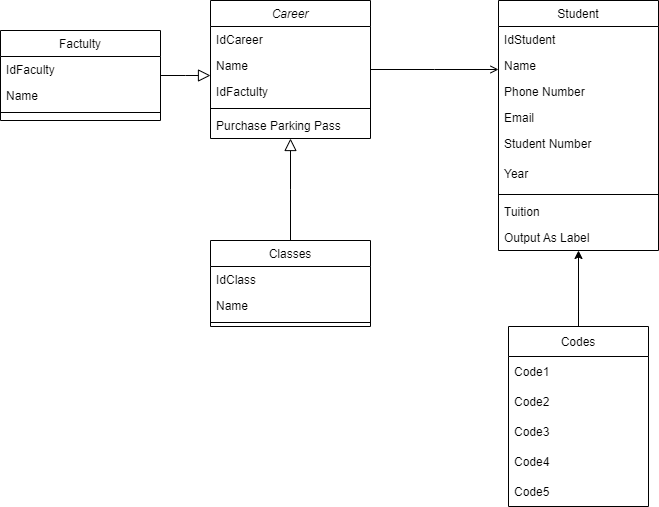
Above: Untitled Diagram.drawio.png in GuilleAlvarado/draw (draw.io), before the change. Source tidied: cells renumbered, new cells last; positions are measured from the earlier drawing's top-left corner, leaving out a move shared by most shapes.
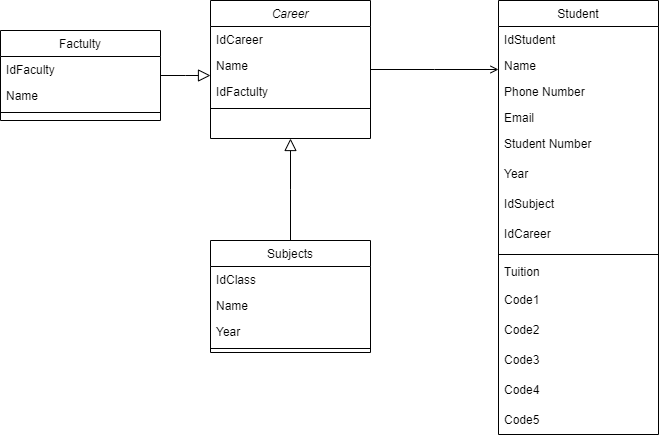
Later version of the same file.

Change to the diagram source:
```diff
@@ -17,9 +17,6 @@
     <mxCell id="6" style="line;html=1;strokeWidth=1;align=left;verticalAlign=middle;spacingTop=-1;spacingLeft=3;spacingRight=3;labelPosition=right;" parent="2" vertex="1">
       <mxGeometry y="104" width="160" height="8" as="geometry" />
     </mxCell>
-    <mxCell id="7" value="Purchase Parking Pass" style="text;align=left;verticalAlign=top;spacingLeft=4;spacingRight=4;overflow=hidden;" parent="2" vertex="1">
-      <mxGeometry y="112" width="160" height="26" as="geometry" />
-    </mxCell>
     <mxCell id="8" value="Factulty" style="swimlane;fontStyle=0;align=center;verticalAlign=top;horizontal=1;startSize=26;rounded=0;shadow=0;strokeWidth=1;" parent="1" vertex="1">
       <mxGeometry y="30" width="160" height="90" as="geometry" />
     </mxCell>
@@ -35,8 +32,8 @@
     <mxCell id="12" style="endArrow=block;endSize=10;endFill=0;shadow=0;strokeWidth=1;rounded=0;edgeStyle=elbowEdgeStyle;elbow=vertical;" parent="1" edge="1" source="8" target="2">
       <mxGeometry relative="1" as="geometry" />
     </mxCell>
-    <mxCell id="13" value="Classes" style="swimlane;fontStyle=0;align=center;verticalAlign=top;horizontal=1;startSize=26;rounded=0;shadow=0;strokeWidth=1;" parent="1" vertex="1">
-      <mxGeometry x="210" y="240" width="160" height="86" as="geometry" />
+    <mxCell id="13" value="Subjects" style="swimlane;fontStyle=0;align=center;verticalAlign=top;horizontal=1;startSize=26;rounded=0;shadow=0;strokeWidth=1;" parent="1" vertex="1">
+      <mxGeometry x="210" y="240" width="160" height="112" as="geometry" />
     </mxCell>
     <mxCell id="14" value="IdClass" style="text;align=left;verticalAlign=top;spacingLeft=4;spacingRight=4;overflow=hidden;" parent="13" vertex="1">
       <mxGeometry y="26" width="160" height="26" as="geometry" />
@@ -44,14 +41,17 @@
     <mxCell id="15" value="Name" style="text;align=left;verticalAlign=top;spacingLeft=4;spacingRight=4;overflow=hidden;" parent="13" vertex="1">
       <mxGeometry y="52" width="160" height="26" as="geometry" />
     </mxCell>
+    <mxCell id="36" value="Year" style="text;align=left;verticalAlign=top;spacingLeft=4;spacingRight=4;overflow=hidden;" parent="13" vertex="1">
+      <mxGeometry y="78" width="160" height="26" as="geometry" />
+    </mxCell>
     <mxCell id="16" style="line;html=1;strokeWidth=1;align=left;verticalAlign=middle;spacingTop=-1;spacingLeft=3;spacingRight=3;labelPosition=right;" parent="13" vertex="1">
-      <mxGeometry y="78" width="160" height="8" as="geometry" />
+      <mxGeometry y="104" width="160" height="8" as="geometry" />
     </mxCell>
     <mxCell id="17" style="endArrow=block;endSize=10;endFill=0;shadow=0;strokeWidth=1;rounded=0;edgeStyle=elbowEdgeStyle;elbow=vertical;" parent="1" edge="1" source="13" target="2">
       <mxGeometry relative="1" as="geometry" />
     </mxCell>
     <mxCell id="18" value="Student" style="swimlane;fontStyle=0;align=center;verticalAlign=top;horizontal=1;startSize=26;rounded=0;shadow=0;strokeWidth=1;" parent="1" vertex="1">
-      <mxGeometry x="498" width="160" height="250" as="geometry" />
+      <mxGeometry x="498" width="160" height="434" as="geometry" />
     </mxCell>
     <mxCell id="19" value="IdStudent" style="text;align=left;verticalAlign=top;spacingLeft=4;spacingRight=4;overflow=hidden;" parent="18" vertex="1">
       <mxGeometry y="26" width="160" height="26" as="geometry" />
@@ -71,40 +71,37 @@
     <mxCell id="24" value="Year" style="text;align=left;verticalAlign=top;spacingLeft=4;spacingRight=4;overflow=hidden;rounded=0;shadow=0;html=0;" parent="18" vertex="1">
       <mxGeometry y="160" width="160" height="30" as="geometry" />
     </mxCell>
+    <mxCell id="37" value="IdSubject" style="text;align=left;verticalAlign=top;spacingLeft=4;spacingRight=4;overflow=hidden;rounded=0;shadow=0;html=0;" parent="18" vertex="1">
+      <mxGeometry y="190" width="160" height="30" as="geometry" />
+    </mxCell>
+    <mxCell id="38" value="IdCareer" style="text;align=left;verticalAlign=top;spacingLeft=4;spacingRight=4;overflow=hidden;rounded=0;shadow=0;html=0;" parent="18" vertex="1">
+      <mxGeometry y="220" width="160" height="30" as="geometry" />
+    </mxCell>
     <mxCell id="25" style="line;html=1;strokeWidth=1;align=left;verticalAlign=middle;spacingTop=-1;spacingLeft=3;spacingRight=3;labelPosition=right;" parent="18" vertex="1">
-      <mxGeometry y="190" width="160" height="8" as="geometry" />
+      <mxGeometry y="250" width="160" height="8" as="geometry" />
     </mxCell>
     <mxCell id="26" value="Tuition" style="text;align=left;verticalAlign=top;spacingLeft=4;spacingRight=4;overflow=hidden;" parent="18" vertex="1">
-      <mxGeometry y="198" width="160" height="26" as="geometry" />
+      <mxGeometry y="258" width="160" height="26" as="geometry" />
     </mxCell>
-    <mxCell id="27" value="Output As Label" style="text;align=left;verticalAlign=top;spacingLeft=4;spacingRight=4;overflow=hidden;points=[[0,0.5],[1,0.5]];portConstraint=eastwest;" parent="18" vertex="1">
-      <mxGeometry y="224" width="160" height="26" as="geometry" />
-    </mxCell>
-    <mxCell id="28" style="endArrow=open;shadow=0;strokeWidth=1;rounded=0;endFill=1;edgeStyle=elbowEdgeStyle;elbow=vertical;" parent="1" edge="1" source="2" target="18">
-      <mxGeometry x="0.5" y="41" relative="1" as="geometry">
-        <mxPoint x="-40" y="32" as="offset" />
-      </mxGeometry>
-    </mxCell>
-    <mxCell id="29" style="edgeStyle=orthogonalEdgeStyle;rounded=0;jettySize=auto;html=1;exitX=0.5;exitY=0;exitDx=0;exitDy=0;entryX=0.5;entryY=1;entryDx=0;entryDy=0;entryPerimeter=0;" parent="1" edge="1" source="30" target="27">
-      <mxGeometry relative="1" as="geometry" />
-    </mxCell>
-    <mxCell id="30" value="Codes" style="swimlane;fontStyle=0;horizontal=1;startSize=30;" parent="1" vertex="1">
-      <mxGeometry x="508" y="326" width="140" height="180" as="geometry" />
-    </mxCell>
-    <mxCell id="31" value="Code1" style="text;strokeColor=none;fillColor=none;align=left;verticalAlign=middle;spacingLeft=4;spacingRight=4;overflow=hidden;" parent="30" vertex="1">
-      <mxGeometry y="30" width="140" height="30" as="geometry" />
+    <mxCell id="31" value="Code1" style="text;strokeColor=none;fillColor=none;align=left;verticalAlign=middle;spacingLeft=4;spacingRight=4;overflow=hidden;" parent="18" vertex="1">
+      <mxGeometry y="284" width="160" height="30" as="geometry" />
     </mxCell>
-    <mxCell id="32" value="Code2" style="text;strokeColor=none;fillColor=none;align=left;verticalAlign=middle;spacingLeft=4;spacingRight=4;overflow=hidden;" parent="30" vertex="1">
-      <mxGeometry y="60" width="140" height="30" as="geometry" />
+    <mxCell id="32" value="Code2" style="text;strokeColor=none;fillColor=none;align=left;verticalAlign=middle;spacingLeft=4;spacingRight=4;overflow=hidden;" parent="18" vertex="1">
+      <mxGeometry y="314" width="160" height="30" as="geometry" />
     </mxCell>
-    <mxCell id="33" value="Code3" style="text;strokeColor=none;fillColor=none;align=left;verticalAlign=middle;spacingLeft=4;spacingRight=4;overflow=hidden;" parent="30" vertex="1">
-      <mxGeometry y="90" width="140" height="30" as="geometry" />
+    <mxCell id="33" value="Code3" style="text;strokeColor=none;fillColor=none;align=left;verticalAlign=middle;spacingLeft=4;spacingRight=4;overflow=hidden;" parent="18" vertex="1">
+      <mxGeometry y="344" width="160" height="30" as="geometry" />
     </mxCell>
-    <mxCell id="34" value="Code4" style="text;strokeColor=none;fillColor=none;align=left;verticalAlign=middle;spacingLeft=4;spacingRight=4;overflow=hidden;" parent="30" vertex="1">
-      <mxGeometry y="120" width="140" height="30" as="geometry" />
+    <mxCell id="34" value="Code4" style="text;strokeColor=none;fillColor=none;align=left;verticalAlign=middle;spacingLeft=4;spacingRight=4;overflow=hidden;" parent="18" vertex="1">
+      <mxGeometry y="374" width="160" height="30" as="geometry" />
     </mxCell>
-    <mxCell id="35" value="Code5" style="text;strokeColor=none;fillColor=none;align=left;verticalAlign=middle;spacingLeft=4;spacingRight=4;overflow=hidden;" parent="30" vertex="1">
-      <mxGeometry y="150" width="140" height="30" as="geometry" />
+    <mxCell id="35" value="Code5" style="text;strokeColor=none;fillColor=none;align=left;verticalAlign=middle;spacingLeft=4;spacingRight=4;overflow=hidden;" parent="18" vertex="1">
+      <mxGeometry y="404" width="160" height="30" as="geometry" />
     </mxCell>
+    <mxCell id="28" style="endArrow=open;shadow=0;strokeWidth=1;rounded=0;endFill=1;edgeStyle=elbowEdgeStyle;elbow=vertical;" parent="1" edge="1" source="2" target="18">
+      <mxGeometry x="0.5" y="41" relative="1" as="geometry">
+        <mxPoint x="-40" y="32" as="offset" />
+      </mxGeometry>
+    </mxCell>
   </root>
 </mxGraphModel>
```
